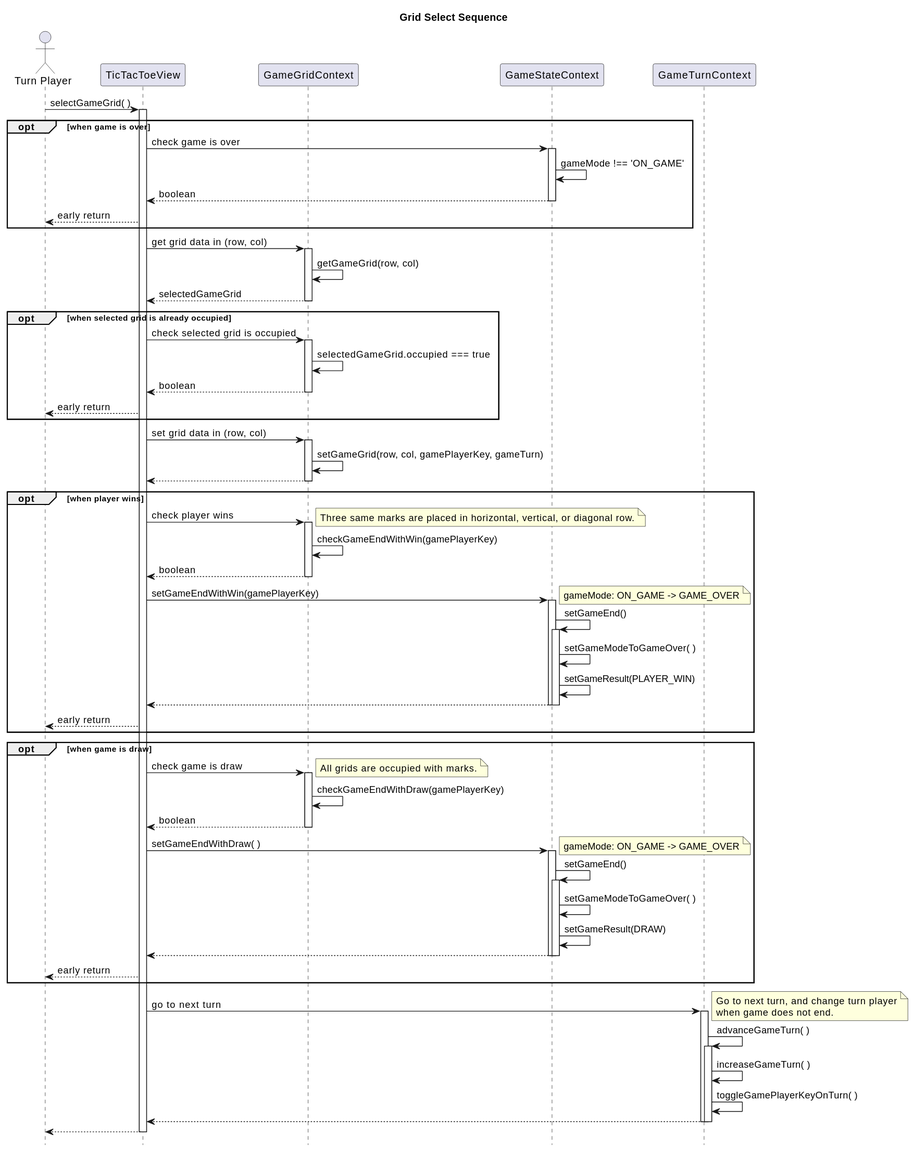
Earlier version of the PlantUML export tic-tac-toe/md/grid-select-sequence.svg (hi2k1978/react-samples).
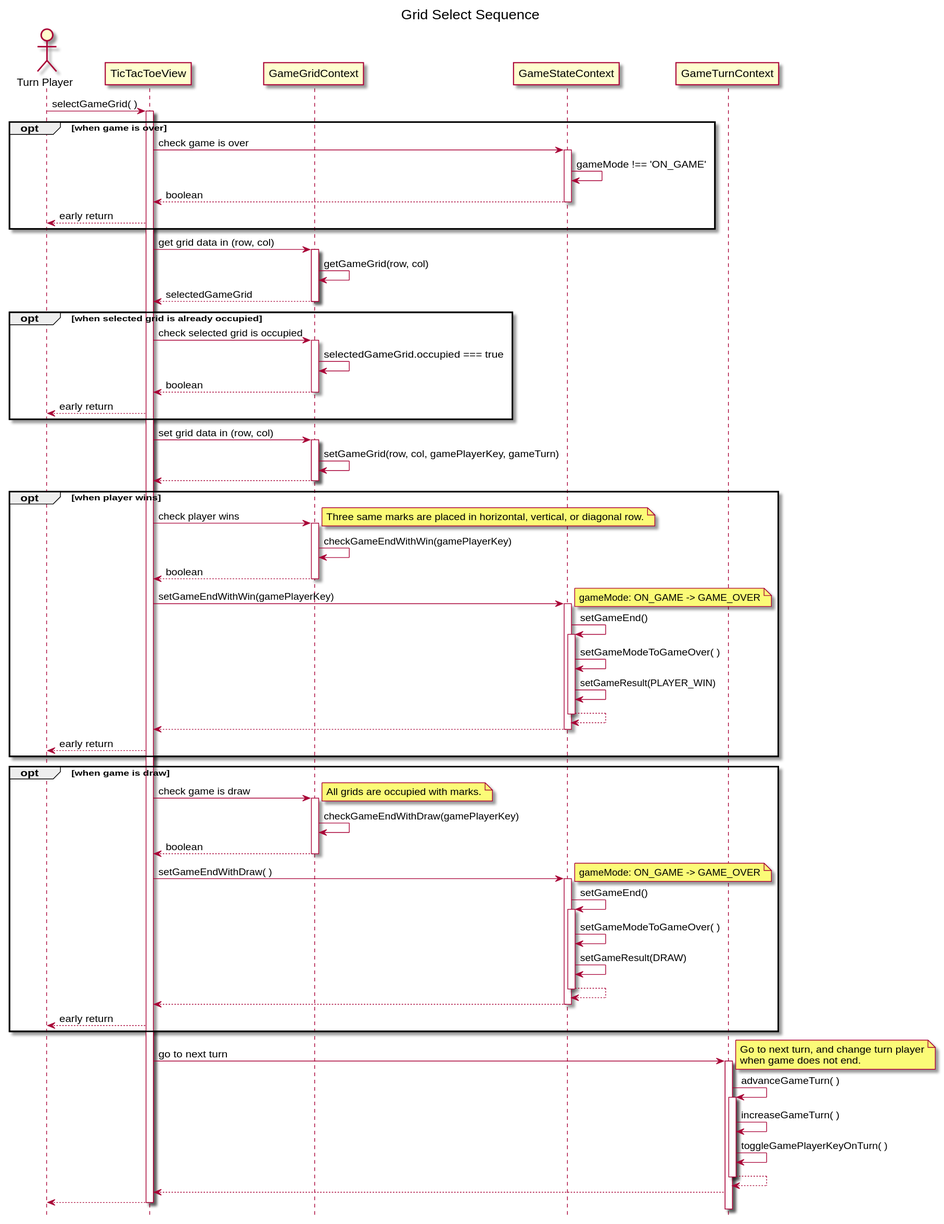
After the change.

Diff of the diagram source:
```diff
@@ -8,16 +8,13 @@
 participant "GameStateContext" as GameState
 participant "GameTurnContext" as GameTurn
 
-Player -> TicTacToeView: selectGameGrid( )
-activate TicTacToeView
+Player -> TicTacToeView ++: selectGameGrid( )
 
 opt when game is over
-    TicTacToeView -> GameState: check game is over
-    activate GameState
-    GameState -> GameState: gameMode !== 'ON_GAME'
-    GameState --> TicTacToeView: boolean
-    deactivate GameState
-    TicTacToeView --> Player: early return
+	TicTacToeView -> GameState ++: check game is over
+	GameState -> GameState: gameMode !== 'ON_GAME'
+	GameState --> TicTacToeView --: boolean
+	TicTacToeView --> Player: early return
 end
 
 TicTacToeView -> GameGrid: get grid data in (row, col)
@@ -27,84 +24,68 @@
 deactivate GameGrid
 
 opt when selected grid is already occupied
-    TicTacToeView -> GameGrid: check selected grid is occupied
-    activate GameGrid
-    GameGrid -> GameGrid: selectedGameGrid.occupied === true
-    GameGrid --> TicTacToeView:boolean
-    deactivate GameGrid
-    TicTacToeView --> Player: early return
+TicTacToeView -> GameGrid: check selected grid is occupied
+activate GameGrid
+	GameGrid -> GameGrid: selectedGameGrid.occupied === true
+	GameGrid --> TicTacToeView:boolean
+deactivate GameGrid
+TicTacToeView --> Player: early return
 end
 
-TicTacToeView -> GameGrid: set grid data in (row, col)
-activate GameGrid
+TicTacToeView -> GameGrid ++: set grid data in (row, col)
 GameGrid -> GameGrid: setGameGrid(row, col, gamePlayerKey, gameTurn)
-GameGrid --> TicTacToeView:
-deactivate GameGrid
+GameGrid --> TicTacToeView --:
 
 opt when player wins
-    TicTacToeView -> GameGrid: check player wins
-    note right
-    	 Three same marks are placed in horizontal, vertical, or diagonal row.
-    end note
-    activate GameGrid
-    GameGrid -> GameGrid: checkGameEndWithWin(gamePlayerKey)
-    GameGrid --> TicTacToeView: boolean
-    deactivate GameGrid
+	TicTacToeView -> GameGrid ++: check player wins
+	note right
+	Three same marks are placed in horizontal, vertical, or diagonal row.
+	end note
+	GameGrid -> GameGrid: checkGameEndWithWin(gamePlayerKey)
+	GameGrid --> TicTacToeView --: boolean
 
-    TicTacToeView -> GameState: setGameEndWithWin(gamePlayerKey)
-    note right
-    	 gameMode: ON_GAME -> GAME_OVER
-    end note
-    activate GameState
-    GameState -> GameState: setGameEnd()
-    activate GameState
-    GameState -> GameState: setGameModeToGameOver( )
-    GameState -> GameState: setGameResult(PLAYER_WIN)
-    GameState --> TicTacToeView
-    deactivate GameState
-    deactivate GameState
-    TicTacToeView --> Player: early return
+	TicTacToeView -> GameState ++: setGameEndWithWin(gamePlayerKey)
+	note right
+	gameMode: ON_GAME -> GAME_OVER
+	end note
+	GameState -> GameState ++: setGameEnd()
+	GameState -> GameState: setGameModeToGameOver( )
+	GameState -> GameState: setGameResult(PLAYER_WIN)
+	GameState --> GameState --:
+	GameState --> TicTacToeView --:
+	TicTacToeView --> Player: early return
 end
 
 opt when game is draw
-    TicTacToeView -> GameGrid: check game is draw
-    note right
-    	 All grids are occupied with marks.
-    end note
-    activate GameGrid
-    GameGrid -> GameGrid: checkGameEndWithDraw(gamePlayerKey)
-    GameGrid --> TicTacToeView: boolean
-    deactivate GameGrid
-    deactivate GameGrid
-    TicTacToeView -> GameState: setGameEndWithDraw( )
-    note right
-    	 gameMode: ON_GAME -> GAME_OVER
-    end note
-    activate GameState
-    GameState -> GameState: setGameEnd()
-    activate GameState
-    GameState -> GameState: setGameModeToGameOver( )
-    GameState -> GameState: setGameResult(DRAW)
-    GameState --> TicTacToeView
-    deactivate GameState
-    deactivate GameState
-    TicTacToeView --> Player: early return
+	TicTacToeView -> GameGrid ++: check game is draw
+	note right
+	All grids are occupied with marks.
+	end note
+	GameGrid -> GameGrid: checkGameEndWithDraw(gamePlayerKey)
+	GameGrid --> TicTacToeView --: boolean
+
+	TicTacToeView -> GameState ++: setGameEndWithDraw( )
+	note right
+	gameMode: ON_GAME -> GAME_OVER
+	end note
+	GameState -> GameState ++: setGameEnd()
+	GameState -> GameState: setGameModeToGameOver( )
+	GameState -> GameState: setGameResult(DRAW)
+	GameState --> GameState --:
+	GameState --> TicTacToeView --:
+	TicTacToeView --> Player: early return
 end
 
-TicTacToeView -> GameTurn: go to next turn
+TicTacToeView -> GameTurn ++: go to next turn
 note right
-     Go to next turn, and change turn player
-     when game does not end.
+	Go to next turn, and change turn player
+	when game does not end.
 end note
-activate GameTurn
-GameTurn -> GameTurn: advanceGameTurn( )
-activate GameTurn
+GameTurn -> GameTurn ++: advanceGameTurn( )
 GameTurn -> GameTurn: increaseGameTurn( )
 GameTurn -> GameTurn: toggleGamePlayerKeyOnTurn( )
-GameTurn --> TicTacToeView
-deactivate GameTurn
-deactivate GameTurn
-TicTacToeView --> Player:
-deactivate TicTacToeView
+GameTurn -->  GameTurn --:
+GameTurn --> TicTacToeView:
 
+TicTacToeView --> Player --:
 @enduml
```
